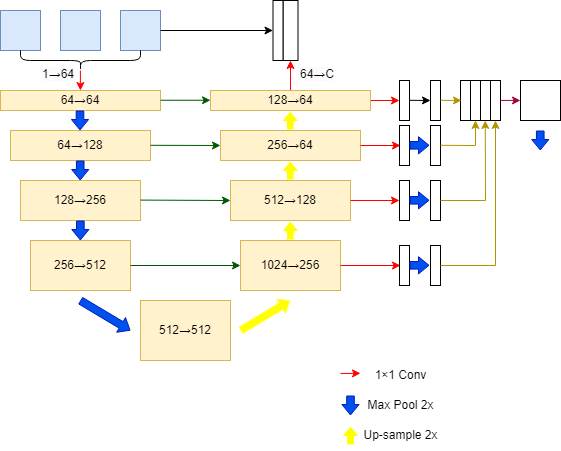
Earlier version of the draw.io export test.drawio.png (DemonH-p/self-study). Source tidied: cells renumbered, new cells last; positions are measured from the earlier drawing's top-left corner, leaving out a move shared by most shapes.
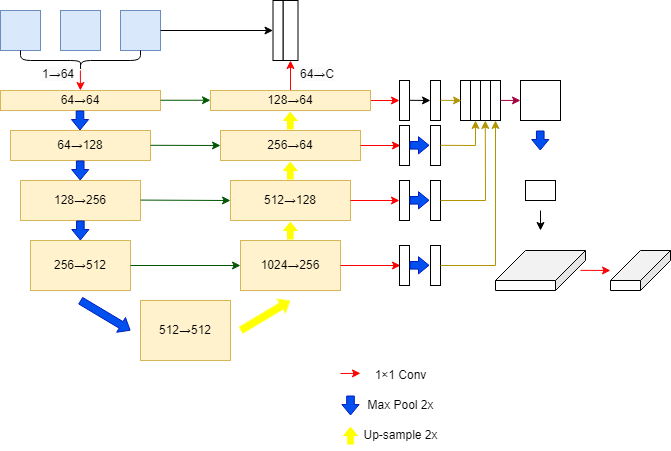
The same file after the commit.

The edit, as a diff of the source:
```diff
@@ -325,5 +325,26 @@
     <mxCell id="66" value="Up-sample 2x" style="text;html=1;align=center;verticalAlign=middle;strokeColor=none;fillColor=none;" parent="1" vertex="1">
       <mxGeometry x="350" y="420" width="100" height="30" as="geometry" />
     </mxCell>
+    <mxCell id="67" style="rounded=0;whiteSpace=wrap;html=1;" parent="1" vertex="1">
+      <mxGeometry x="525" y="180" width="30" height="20" as="geometry" />
+    </mxCell>
+    <mxCell id="68" style="shape=cube;whiteSpace=wrap;html=1;boundedLbl=1;backgroundOutline=1;darkOpacity=0.05;darkOpacity2=0.1;flipH=1;size=30;" parent="1" vertex="1">
+      <mxGeometry x="495" y="250" width="90" height="40" as="geometry" />
+    </mxCell>
+    <mxCell id="69" value="&lt;p style=&quot;line-height: 120%; font-size: 11px;&quot;&gt;&lt;br&gt;&lt;/p&gt;" style="shape=cube;whiteSpace=wrap;html=1;boundedLbl=1;backgroundOutline=1;darkOpacity=0.05;darkOpacity2=0.1;flipH=1;size=30;align=center;" parent="1" vertex="1">
+      <mxGeometry x="610" y="250" width="60" height="40" as="geometry" />
+    </mxCell>
+    <mxCell id="70" style="endArrow=classic;html=1;rounded=0;fillColor=#e51400;strokeColor=#000000;" parent="1" edge="1">
+      <mxGeometry relative="1" as="geometry">
+        <mxPoint x="540" y="210" as="sourcePoint" />
+        <mxPoint x="540" y="230" as="targetPoint" />
+      </mxGeometry>
+    </mxCell>
+    <mxCell id="71" style="endArrow=classic;html=1;rounded=0;fillColor=#e51400;strokeColor=#ff0000;" parent="1" edge="1">
+      <mxGeometry relative="1" as="geometry">
+        <mxPoint x="580" y="269.8" as="sourcePoint" />
+        <mxPoint x="610" y="270" as="targetPoint" />
+      </mxGeometry>
+    </mxCell>
   </root>
 </mxGraphModel>
```
